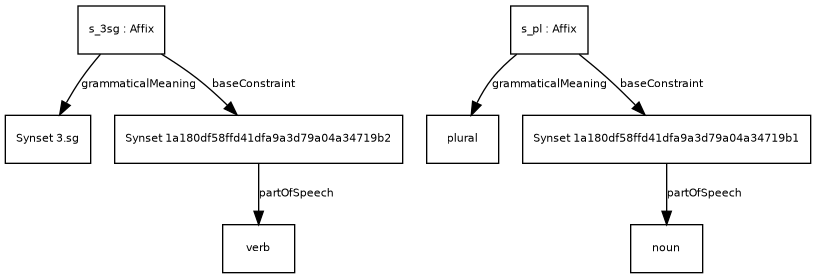
Earlier version of the Graphviz export examples/example_5.png (ontolex/morph). Its source is kept beside it as examples/example_5.dot.
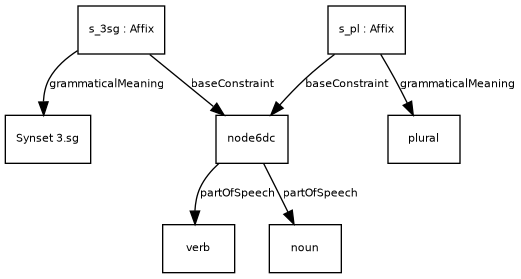
Above is the later version.

Change to the diagram source:
```diff
@@ -16,15 +16,15 @@
 Synset3sg [ label="{Synset 3.sg}" ]
 s_3sg -> Synset3sg [ label="grammaticalMeaning" ]
 verb [ label="{verb}" ]
-Synset1a180df58ffd41dfa9a3d79a04a34719b2 -> verb [ label="partOfSpeech" ]
-Synset1a180df58ffd41dfa9a3d79a04a34719b2 [ label="{Synset 1a180df58ffd41dfa9a3d79a04a34719b2}" ]
-s_3sg -> Synset1a180df58ffd41dfa9a3d79a04a34719b2 [ label="baseConstraint" ]
+node6dc -> verb [ label="partOfSpeech" ]
+node6dc [ label="{node6dc}" ]
+s_3sg -> node6dc [ label="baseConstraint" ]
 s_3sg [ label="{s_3sg : Affix}" ]
 plural [ label="{plural}" ]
 s_pl -> plural [ label="grammaticalMeaning" ]
 noun [ label="{noun}" ]
-Synset1a180df58ffd41dfa9a3d79a04a34719b1 -> noun [ label="partOfSpeech" ]
-Synset1a180df58ffd41dfa9a3d79a04a34719b1 [ label="{Synset 1a180df58ffd41dfa9a3d79a04a34719b1}" ]
-s_pl -> Synset1a180df58ffd41dfa9a3d79a04a34719b1 [ label="baseConstraint" ]
+node6dc -> noun [ label="partOfSpeech" ]
+node6dc [ label="{node6dc}" ]
+s_pl -> node6dc [ label="baseConstraint" ]
 s_pl [ label="{s_pl : Affix}" ]
 }
```
